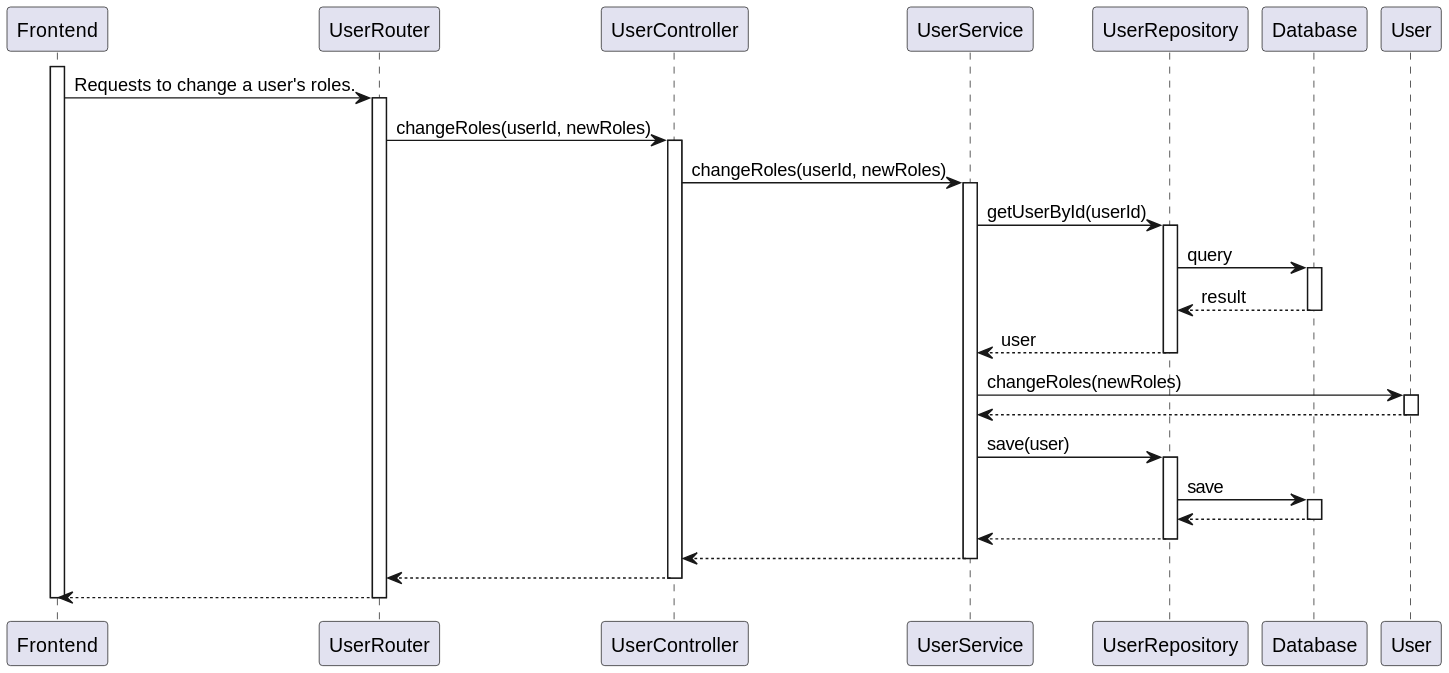
Above: docs/image/Level3/ProcessView/EditUserRoles.svg in mei-desofs/desofs2024_M1D_2 (PlantUML), before the change.
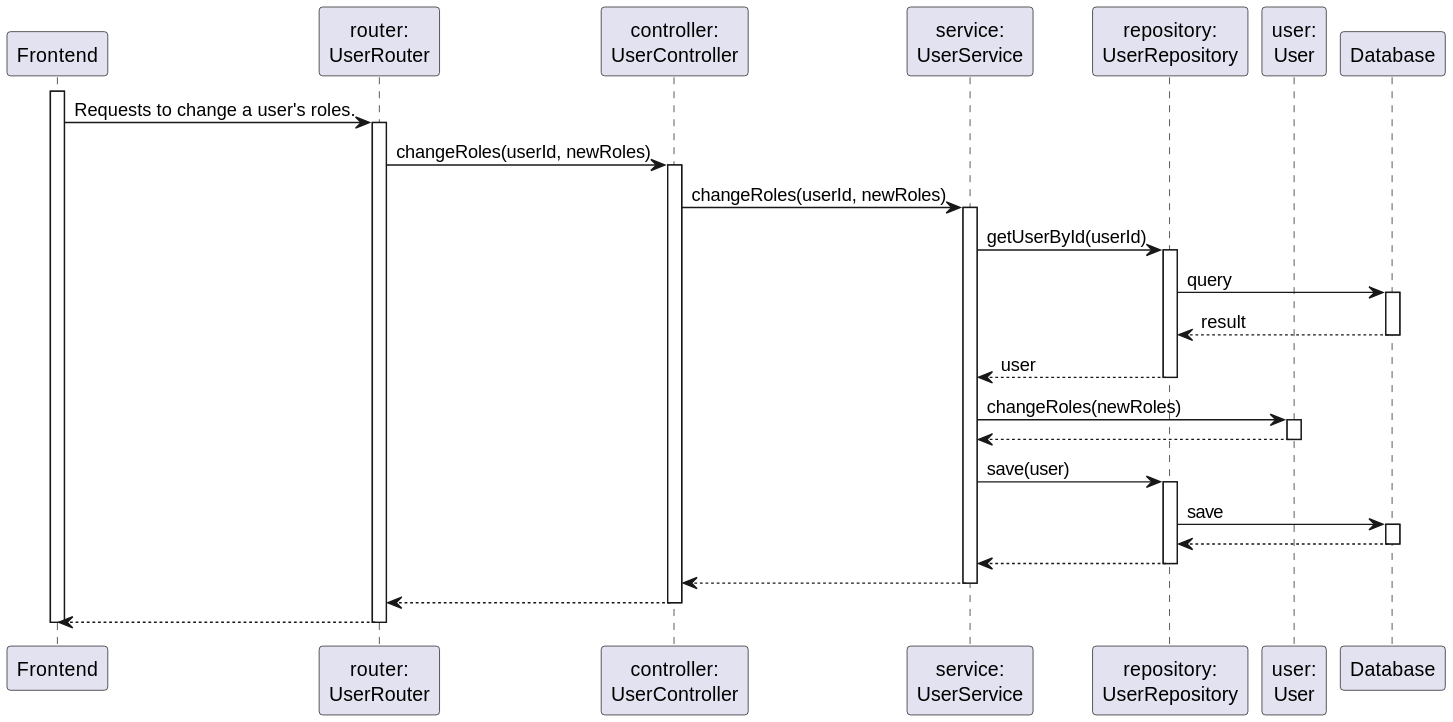
Later version of the same file.

Commit message:
doc(sd) : Corrected Sequence Diagrams for View Purchased Photos and for Edit User Roles.

What changed in the source:
```diff
@@ -1,11 +1,11 @@
 @startuml
 participant Frontend
-participant UserRouter as Router
-participant UserController as Controller
-participant UserService as Service
-participant UserRepository as Repository
+participant "router:\nUserRouter" as Router
+participant "controller:\nUserController" as Controller
+participant "service:\nUserService" as Service
+participant "repository:\nUserRepository" as Repository
+participant "user:\nUser" as User
 participant Database
-participant User
 
 activate Frontend
 
```
